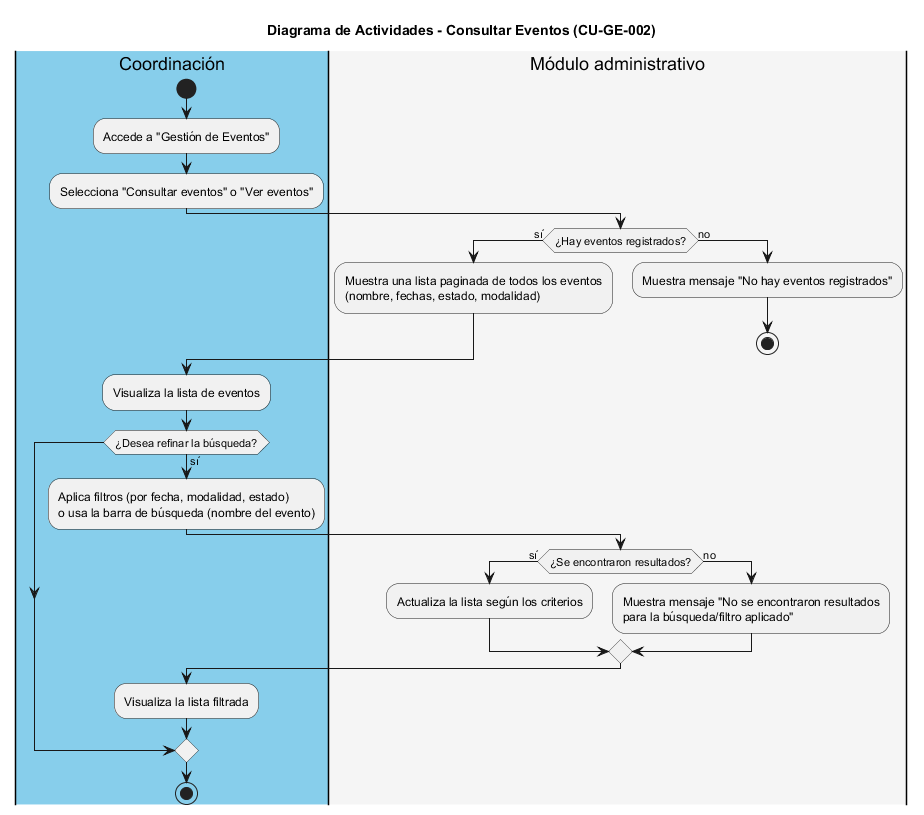
Earlier version of the PlantUML export img/CU-GE-002_Consultar_Eventos.png (iKinoo/baby-salesforce-admin-module).
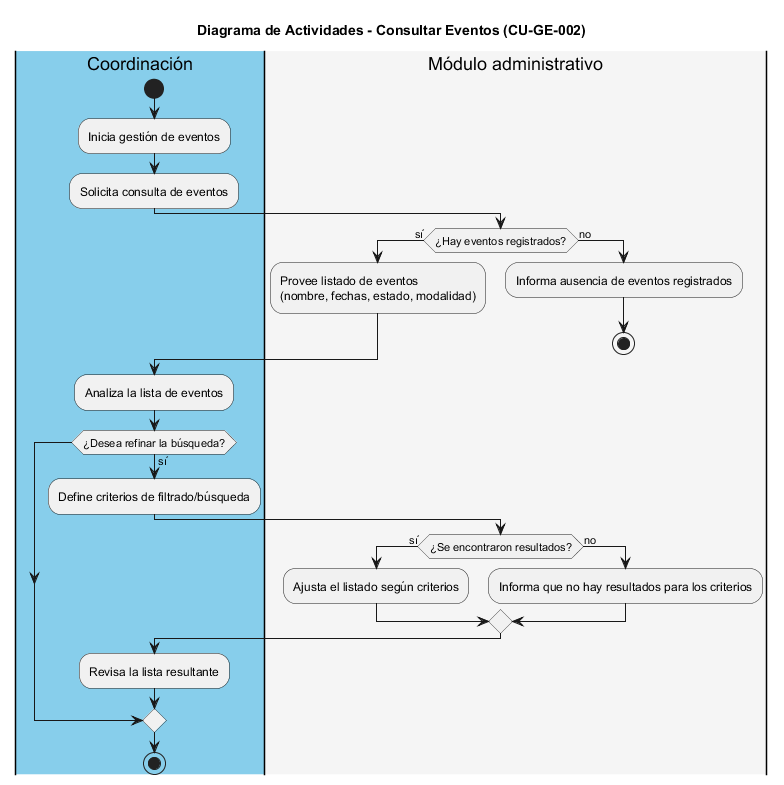
Above is the later version.

Change to the diagram source:
```diff
@@ -1,34 +1,32 @@
-@startuml
+@startuml CU-GE-002_Consultar_Eventos
 title Diagrama de Actividades - Consultar Eventos (CU-GE-002)
 
 |#skyblue|Coordinación|
 start
-:Accede a "Gestión de Eventos";
-:Selecciona "Consultar eventos" o "Ver eventos";
+:Inicia gestión de eventos;
+:Solicita consulta de eventos;
 
 |#whitesmoke|Módulo administrativo|
 if (¿Hay eventos registrados?) then (sí)
-  :Muestra una lista paginada de todos los eventos
+  :Provee listado de eventos
   (nombre, fechas, estado, modalidad);
 else (no)
-  :Muestra mensaje "No hay eventos registrados";
+  :Informa ausencia de eventos registrados;
   stop
 endif
 
 |#skyblue|Coordinación|
-:Visualiza la lista de eventos;
+:Analiza la lista de eventos;
 if (¿Desea refinar la búsqueda?) then (sí)
-  :Aplica filtros (por fecha, modalidad, estado)
-  o usa la barra de búsqueda (nombre del evento);
+  :Define criterios de filtrado/búsqueda;
   |#whitesmoke|Módulo administrativo|
   if (¿Se encontraron resultados?) then (sí)
-    :Actualiza la lista según los criterios;
+    :Ajusta el listado según criterios;
   else (no)
-    :Muestra mensaje "No se encontraron resultados
-    para la búsqueda/filtro aplicado";
+    :Informa que no hay resultados para los criterios;
   endif
   |#skyblue|Coordinación|
-  :Visualiza la lista filtrada;
+  :Revisa la lista resultante;
 endif
 stop
 @enduml
```
